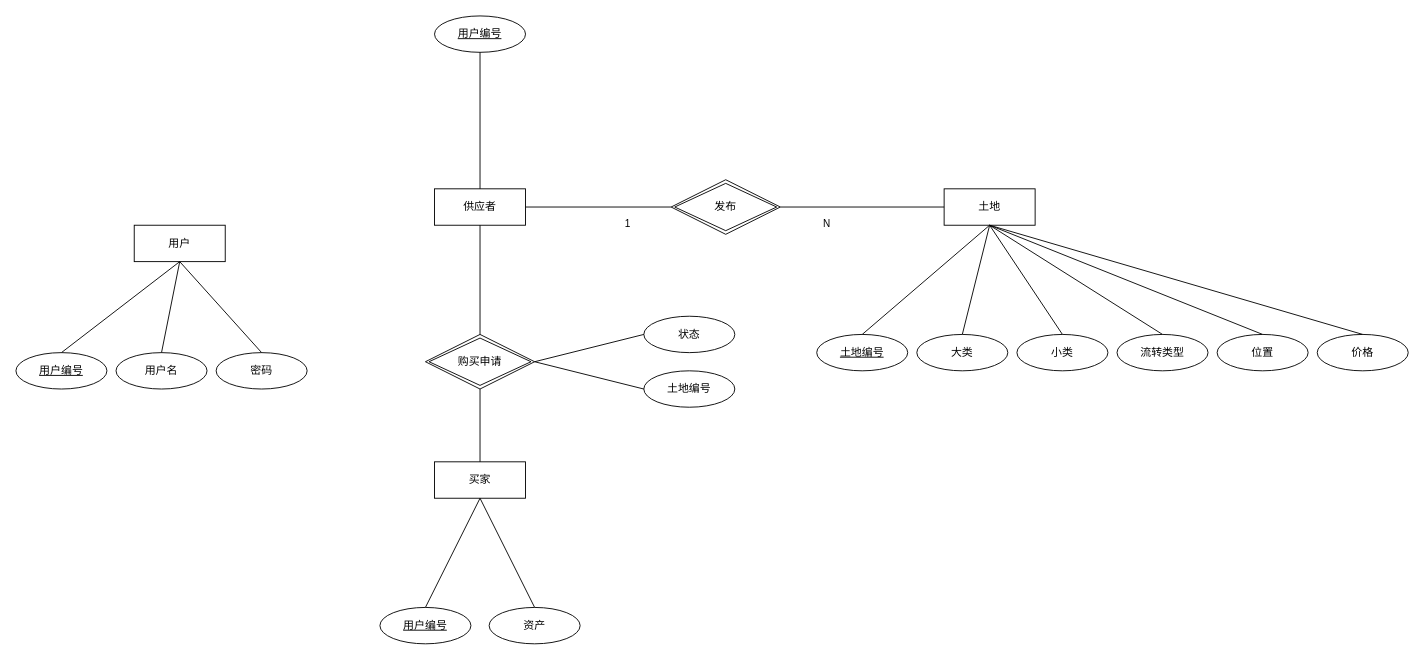
Before: ER.drawio in forgetable233/dataBase, a draw.io diagram. Source tidied: cells renumbered, new cells numbered last; positions are measured from the earlier drawing's top-left corner, leaving out a move shared by most shapes. Both pictures are drawn from the tidied source at 91%, with x=0, y=0 at pixel (15, 15).
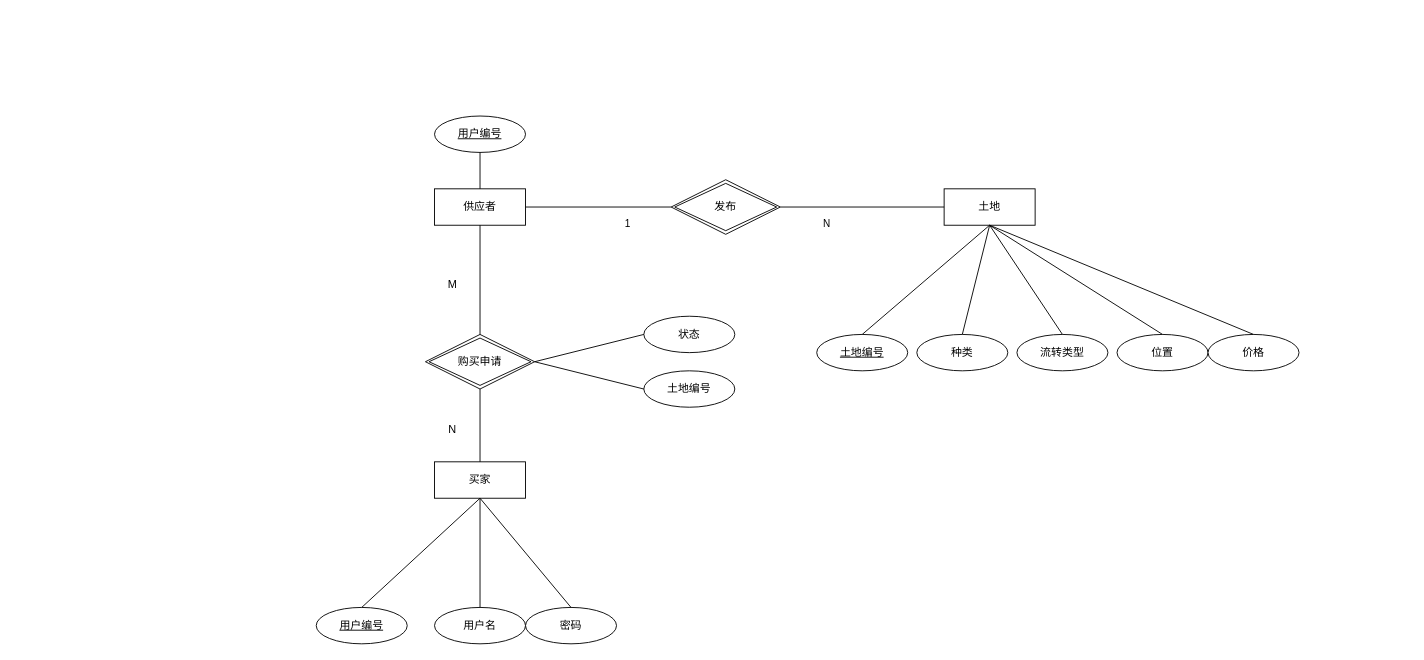
After the change.

Unchanged cells that the change refers to:
```xml
<mxCell id="4" value="土地" style="whiteSpace=wrap;html=1;align=center;" parent="1" vertex="1">
  <mxGeometry x="1020" y="190" width="100" height="40" as="geometry" />
</mxCell>
<mxCell id="22" value="买家" style="whiteSpace=wrap;html=1;align=center;" parent="1" vertex="1">
  <mxGeometry x="460" y="490" width="100" height="40" as="geometry" />
</mxCell>
```

The edit, as a diff of the source:
```diff
@@
     <mxCell id="3" value="用户编号" style="ellipse;whiteSpace=wrap;html=1;align=center;fontStyle=4;" parent="1" vertex="1">
-      <mxGeometry x="460" width="100" height="40" as="geometry" />
+      <mxGeometry x="460" y="110" width="100" height="40" as="geometry" />
     </mxCell>
@@
-    <mxCell id="6" value="小类" style="ellipse;whiteSpace=wrap;html=1;align=center;" parent="1" vertex="1">
-      <mxGeometry x="1100" y="350" width="100" height="40" as="geometry" />
-    </mxCell>
     <mxCell id="7" value="位置" style="ellipse;whiteSpace=wrap;html=1;align=center;" parent="1" vertex="1">
-      <mxGeometry x="1320" y="350" width="100" height="40" as="geometry" />
+      <mxGeometry x="1210" y="350" width="100" height="40" as="geometry" />
     </mxCell>
     <mxCell id="8" value="价格" style="ellipse;whiteSpace=wrap;html=1;align=center;" parent="1" vertex="1">
-      <mxGeometry x="1430" y="350" width="100" height="40" as="geometry" />
+      <mxGeometry x="1310" y="350" width="100" height="40" as="geometry" />
     </mxCell>
-    <mxCell id="9" value="大类" style="ellipse;whiteSpace=wrap;html=1;align=center;" parent="1" vertex="1">
+    <mxCell id="9" value="种类" style="ellipse;whiteSpace=wrap;html=1;align=center;" parent="1" vertex="1">
       <mxGeometry x="990" y="350" width="100" height="40" as="geometry" />
     </mxCell>
     <mxCell id="10" value="流转类型" style="ellipse;whiteSpace=wrap;html=1;align=center;" parent="1" vertex="1">
-      <mxGeometry x="1210" y="350" width="100" height="40" as="geometry" />
+      <mxGeometry x="1100" y="350" width="100" height="40" as="geometry" />
     </mxCell>
@@
-    <mxCell id="12" style="endArrow=none;html=1;rounded=0;entryX=0.5;entryY=1;entryDx=0;entryDy=0;exitX=0.5;exitY=0;exitDx=0;exitDy=0;" parent="1" edge="1" source="6" target="4">
-      <mxGeometry relative="1" as="geometry" />
-    </mxCell>
@@
     <mxCell id="23" value="用户编号" style="ellipse;whiteSpace=wrap;html=1;align=center;fontStyle=4;" parent="1" vertex="1">
-      <mxGeometry x="400" y="650" width="100" height="40" as="geometry" />
+      <mxGeometry x="330" y="650" width="100" height="40" as="geometry" />
     </mxCell>
@@
-    <mxCell id="32" value="资产" style="ellipse;whiteSpace=wrap;html=1;align=center;" parent="1" vertex="1">
-      <mxGeometry x="520" y="650" width="100" height="40" as="geometry" />
+    <mxCell id="32" value="用户名" style="ellipse;whiteSpace=wrap;html=1;align=center;" parent="1" vertex="1">
+      <mxGeometry x="460" y="650" width="100" height="40" as="geometry" />
     </mxCell>
@@
-    <mxCell id="35" value="用户" style="whiteSpace=wrap;html=1;align=center;" parent="1" vertex="1">
-      <mxGeometry x="130" y="230" width="100" height="40" as="geometry" />
-    </mxCell>
-    <mxCell id="36" value="用户编号" style="ellipse;whiteSpace=wrap;html=1;align=center;fontStyle=4;" parent="1" vertex="1">
-      <mxGeometry y="370" width="100" height="40" as="geometry" />
-    </mxCell>
-    <mxCell id="37" value="用户名" style="ellipse;whiteSpace=wrap;html=1;align=center;" parent="1" vertex="1">
-      <mxGeometry x="110" y="370" width="100" height="40" as="geometry" />
-    </mxCell>
     <mxCell id="38" value="密码" style="ellipse;whiteSpace=wrap;html=1;align=center;" parent="1" vertex="1">
-      <mxGeometry x="220" y="370" width="100" height="40" as="geometry" />
+      <mxGeometry x="560" y="650" width="100" height="40" as="geometry" />
     </mxCell>
-    <mxCell id="39" style="endArrow=none;html=1;rounded=0;exitX=0.5;exitY=1;exitDx=0;exitDy=0;entryX=0.5;entryY=0;entryDx=0;entryDy=0;" parent="1" edge="1" source="35" target="36">
-      <mxGeometry relative="1" as="geometry" />
-    </mxCell>
-    <mxCell id="40" style="endArrow=none;html=1;rounded=0;exitX=0.5;exitY=1;exitDx=0;exitDy=0;entryX=0.5;entryY=0;entryDx=0;entryDy=0;" parent="1" edge="1" source="35" target="37">
-      <mxGeometry relative="1" as="geometry" />
-    </mxCell>
-    <mxCell id="41" style="endArrow=none;html=1;rounded=0;exitX=0.5;exitY=1;exitDx=0;exitDy=0;entryX=0.5;entryY=0;entryDx=0;entryDy=0;" parent="1" edge="1" source="35" target="38">
-      <mxGeometry relative="1" as="geometry" />
-    </mxCell>
+    <mxCell id="42" style="endArrow=none;html=1;rounded=0;exitX=0.5;exitY=0;exitDx=0;exitDy=0;entryX=0.5;entryY=1;entryDx=0;entryDy=0;" parent="1" edge="1" source="38" target="22">
+      <mxGeometry relative="1" as="geometry" />
+    </mxCell>
+    <mxCell id="43" value="N" style="text;html=1;strokeColor=none;fillColor=none;align=center;verticalAlign=middle;whiteSpace=wrap;rounded=0;" parent="1" vertex="1">
+      <mxGeometry x="450" y="440" width="60" height="30" as="geometry" />
+    </mxCell>
+    <mxCell id="44" value="M" style="text;html=1;strokeColor=none;fillColor=none;align=center;verticalAlign=middle;whiteSpace=wrap;rounded=0;" parent="1" vertex="1">
+      <mxGeometry x="450" y="280" width="60" height="30" as="geometry" />
+    </mxCell>
```
